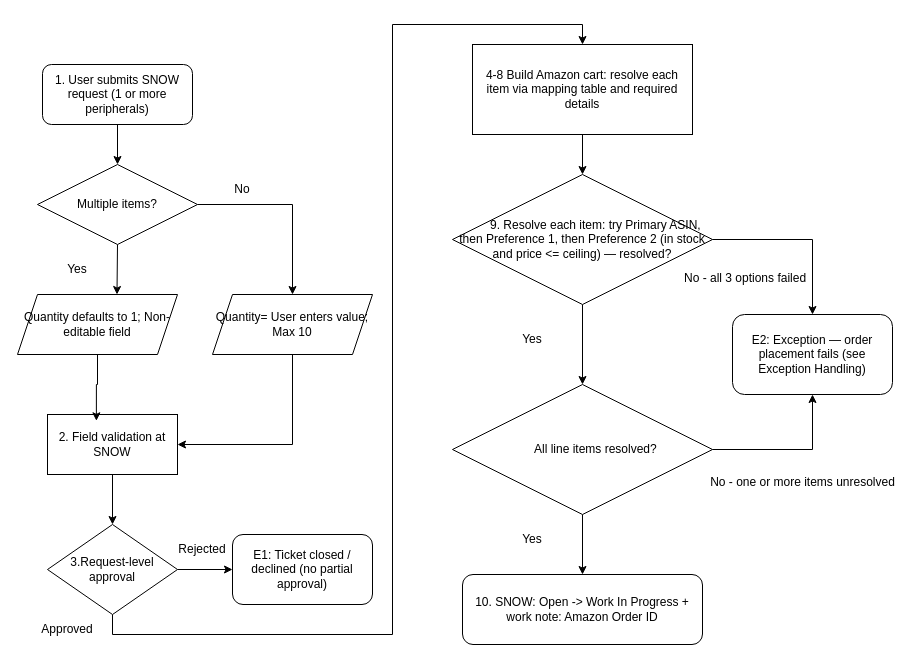
Before: Order Placing.drawio in skunduam/draw.io-diagrams, a draw.io diagram. Source tidied: cells renumbered, new cells numbered last; positions are measured from the earlier drawing's top-left corner, leaving out a move shared by most shapes. Both pictures are drawn from the tidied source at 100%, with x=0, y=0 at pixel (17, 24).
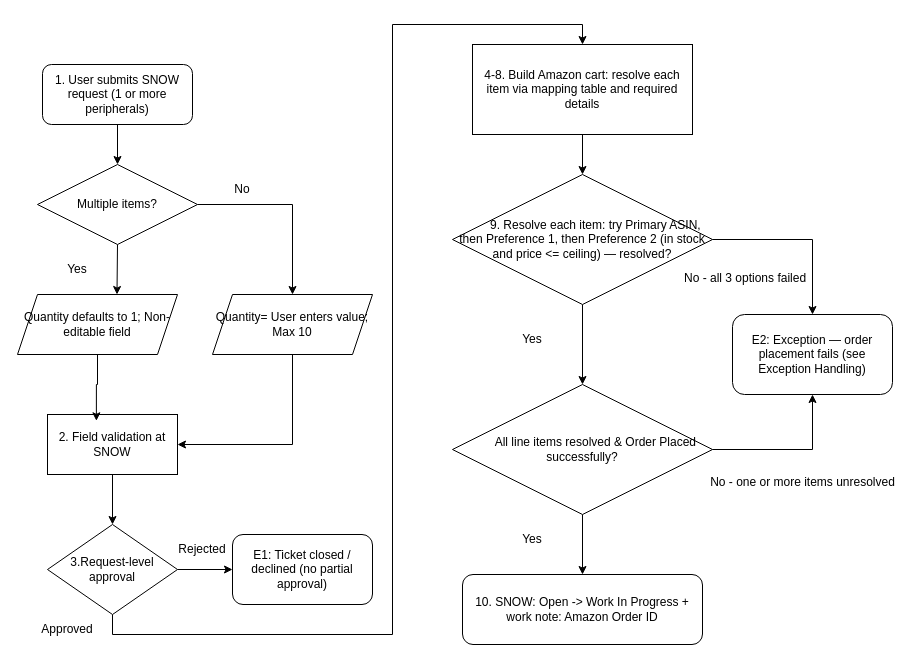
The same page after the edit.

The edit, as a diff of the source:
```diff
@@
-    <mxCell id="20" value="4-8 Build Amazon cart: resolve each item via mapping table and required details" style="rounded=0;whiteSpace=wrap;html=1;" parent="1" vertex="1">
+    <mxCell id="20" value="4-8. Build Amazon cart: resolve each item via mapping table and required details" style="rounded=0;whiteSpace=wrap;html=1;" parent="1" vertex="1">
       <mxGeometry x="455" y="20" width="220" height="90" as="geometry" />
     </mxCell>
@@
-    <mxCell id="27" value="&lt;span style=&quot;white-space: normal;&quot;&gt;&lt;span style=&quot;white-space:pre&quot;&gt;&#9;&lt;/span&gt;All line items resolved?&lt;/span&gt;" style="rhombus;whiteSpace=wrap;html=1;shapeInside=1;" parent="1" vertex="1">
+    <mxCell id="27" value="&lt;span style=&quot;white-space: normal;&quot;&gt;&lt;span style=&quot;white-space:pre&quot;&gt;&#9;&lt;/span&gt;All line items resolved &amp;amp;&amp;nbsp;&lt;/span&gt;&lt;span style=&quot;background-color: transparent; color: light-dark(rgb(0, 0, 0), rgb(255, 255, 255));&quot;&gt;Order Placed successfully?&lt;/span&gt;" style="rhombus;whiteSpace=wrap;html=1;shapeInside=1;" parent="1" vertex="1">
       <mxGeometry x="435" y="360" width="260" height="130" as="geometry" />
     </mxCell>
```
